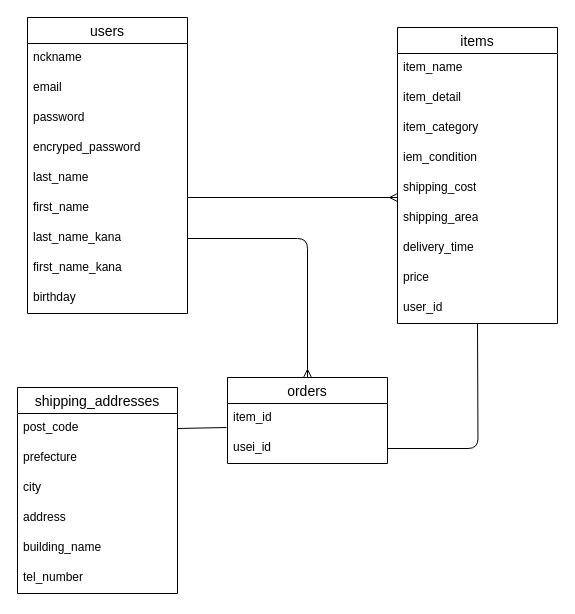
Above: furima.dio in mayumishibata-div/furima-1111 (draw.io), before the change. Source tidied: cells renumbered, new cells numbered last; positions are measured from the earlier drawing's top-left corner, leaving out a move shared by most shapes. Both pictures are drawn from the tidied source at 100%, with x=0, y=0 at pixel (17, 17).
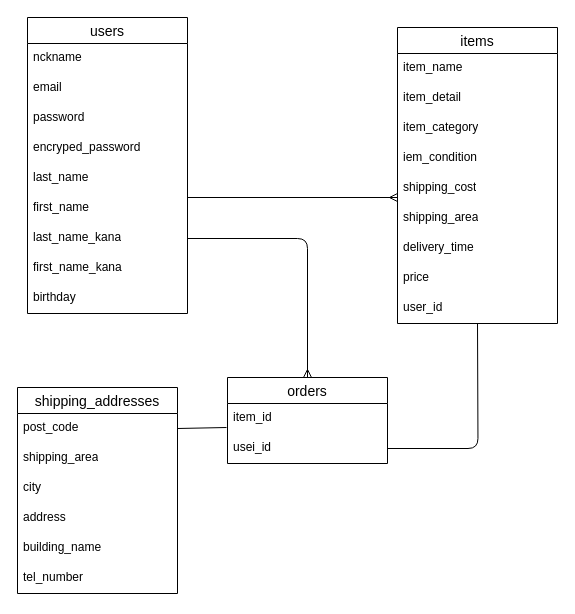
The same diagram, later.

Commit message (it also covers changes not shown here):
アクティブハッシュを用いるためintegerに修正し、itemsテーブルとカラム名を統一

The change refers to these unchanged cells:
```xml
<mxCell id="22" value="shipping_addresses" style="swimlane;fontStyle=0;horizontal=1;startSize=26;align=center;fontSize=14;" parent="1" vertex="1">
  <mxGeometry y="370" width="160" height="206" as="geometry" />
</mxCell>
```

The edit, as a diff of the source:
```diff
@@
-    <mxCell id="24" value="prefecture" style="text;strokeColor=none;fillColor=none;spacingLeft=4;spacingRight=4;overflow=hidden;fontSize=12;whiteSpace=wrap;html=1;" parent="22" vertex="1">
+    <mxCell id="24" value="shipping_area" style="text;strokeColor=none;fillColor=none;spacingLeft=4;spacingRight=4;overflow=hidden;fontSize=12;whiteSpace=wrap;html=1;" parent="22" vertex="1">
       <mxGeometry y="56" width="160" height="30" as="geometry" />
     </mxCell>
```
